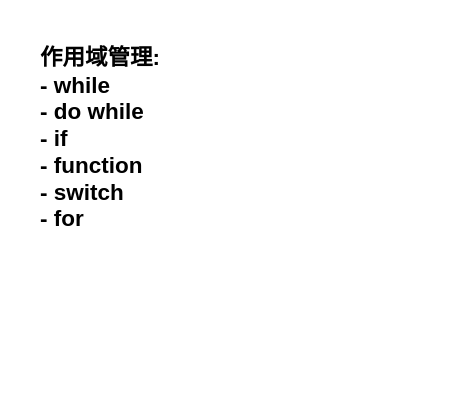
This is page "表格管理" (3 of 4) of calgo.drawio from jujubos/drawio, a draw.io file, before an edit. Source tidied: cells renumbered, new cells numbered last; positions are measured from the earlier drawing's top-left corner, leaving out a move shared by most shapes. Both pictures are drawn from the tidied source at 125%, with x=0, y=0 at pixel (38, 21).
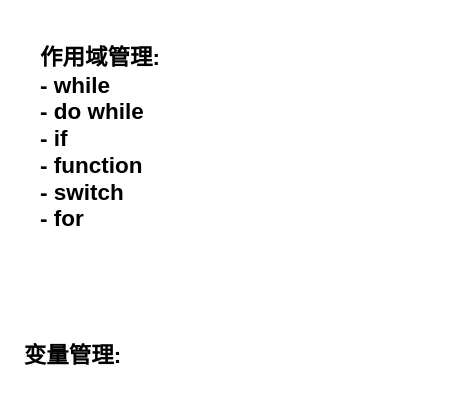
Above is the later version.

What changed in the source:
```diff
@@
 <mxGraphModel>
   <root>
     <mxCell id="0" />
     <mxCell id="1" parent="0" />
     <mxCell id="2" value="作用域管理:&lt;br&gt;- while&lt;br&gt;- do while&lt;br&gt;- if&lt;br&gt;- function&lt;br&gt;- switch&lt;br&gt;- for" style="text;strokeColor=none;fillColor=none;html=1;align=left;verticalAlign=middle;whiteSpace=wrap;rounded=1;fontSize=18;fontStyle=1;" parent="1" vertex="1">
       <mxGeometry width="331" height="188" as="geometry" />
     </mxCell>
+    <mxCell id="3" value="变量管理:&lt;br&gt;" style="text;strokeColor=none;fillColor=none;html=1;align=left;verticalAlign=middle;whiteSpace=wrap;rounded=1;fontSize=18;fontStyle=1;" parent="1" vertex="1">
+      <mxGeometry x="-13" y="235" width="227" height="64" as="geometry" />
+    </mxCell>
   </root>
 </mxGraphModel>
```
